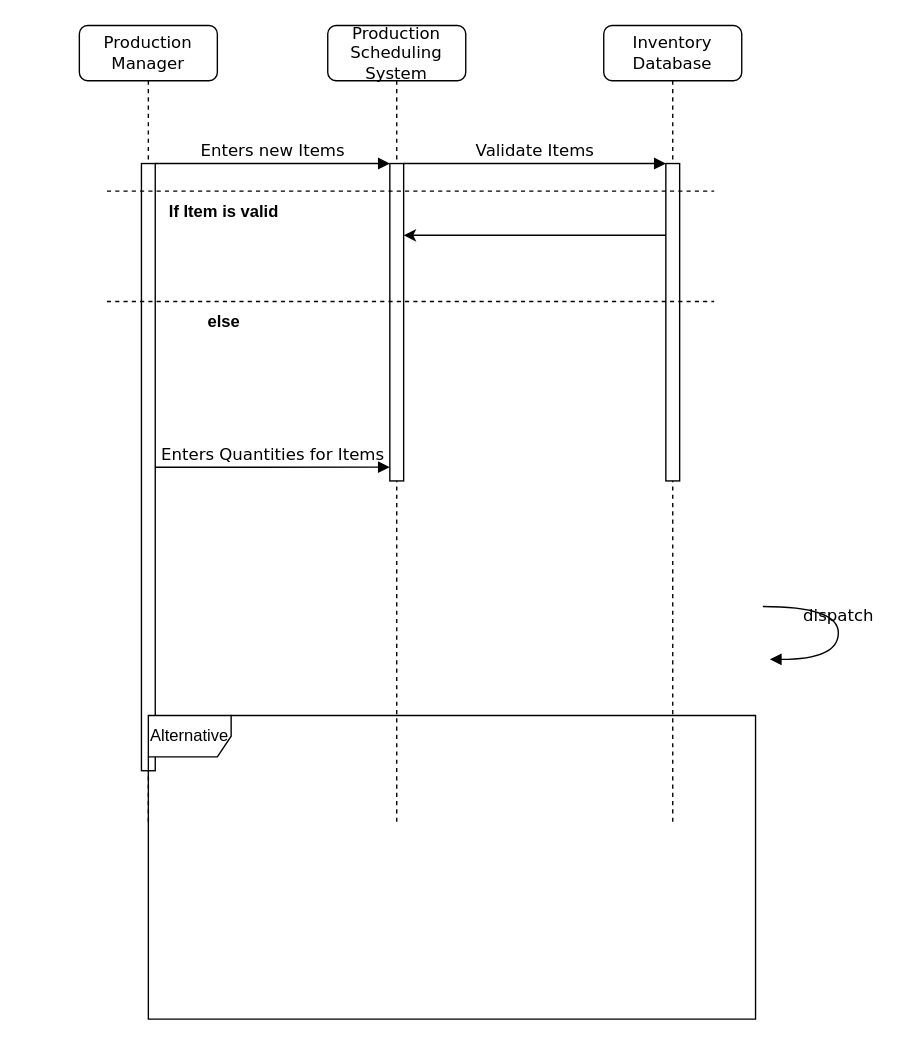
critschris/COMP-354 keeps this draw.io diagram as A2_SSD.drawio. Above is the earlier version. Source tidied: cells renumbered, new cells numbered last; positions are measured from the earlier drawing's top-left corner, leaving out a move shared by most shapes. Both pictures are drawn from the tidied source at 138%, with x=0, y=0 at pixel (79, 25).
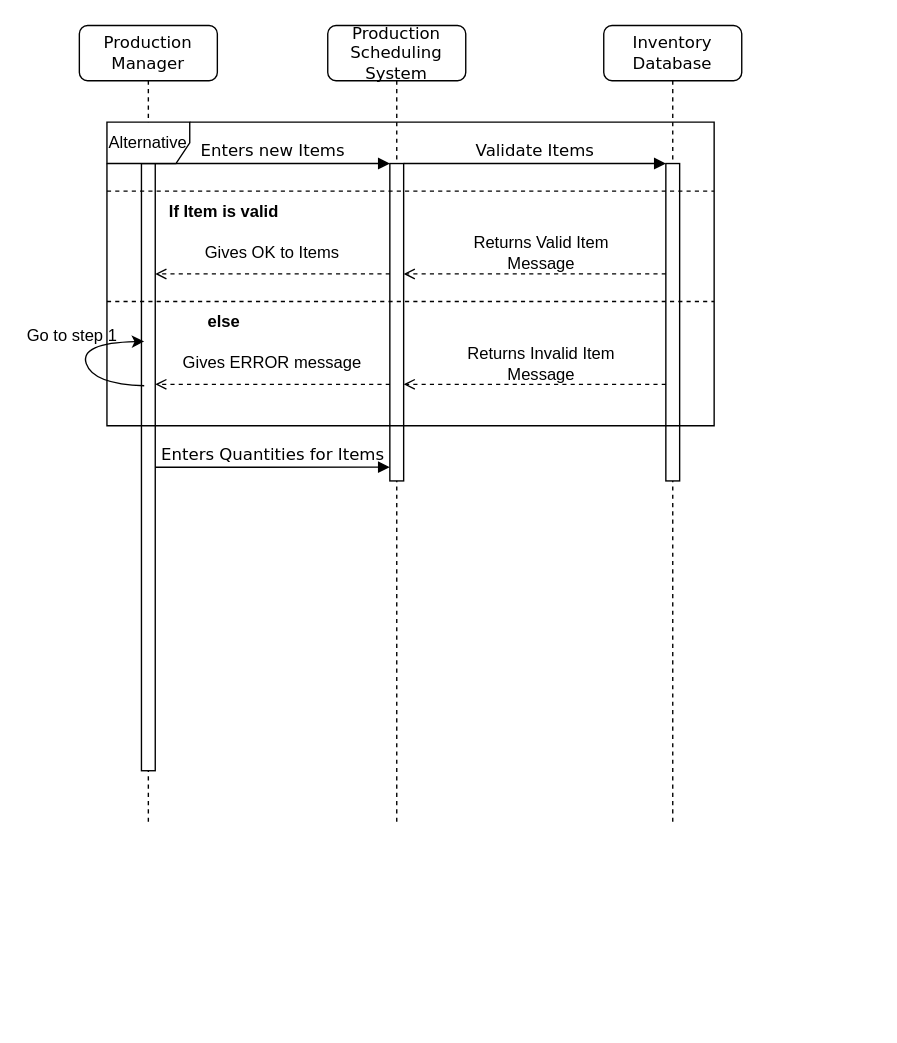
The same page after the edit.

Unchanged cells that the change refers to:
```xml
<mxCell id="3" style="html=1;points=[];perimeter=orthogonalPerimeter;rounded=0;shadow=0;comic=0;labelBackgroundColor=none;strokeWidth=1;fontFamily=Verdana;fontSize=12;align=center;" parent="2" vertex="1">
  <mxGeometry x="45" y="100" width="10" height="230" as="geometry" />
</mxCell>
<mxCell id="6" value="Production Manager" style="shape=umlLifeline;perimeter=lifelinePerimeter;whiteSpace=wrap;html=1;rounded=1;shadow=0;comic=0;labelBackgroundColor=none;strokeWidth=1;fontFamily=Verdana;fontSize=12;align=center;" parent="1" vertex="1">
  <mxGeometry width="100" height="580" as="geometry" />
</mxCell>
<mxCell id="7" style="html=1;points=[];perimeter=orthogonalPerimeter;rounded=0;shadow=0;comic=0;labelBackgroundColor=none;strokeWidth=1;fontFamily=Verdana;fontSize=12;align=center;" parent="6" vertex="1">
  <mxGeometry x="45" y="100" width="10" height="440" as="geometry" />
</mxCell>
```

What changed in the source:
```diff
@@
+    <mxCell id="18" style="curved=1;endArrow=classic;html=1;rounded=0;exitX=0.2;exitY=0.366;exitDx=0;exitDy=0;exitPerimeter=0;entryX=0.2;entryY=0.293;entryDx=0;entryDy=0;entryPerimeter=0;" parent="6" edge="1" source="7" target="7">
+      <mxGeometry relative="1" as="geometry">
+        <Array as="points">
+          <mxPoint x="10" y="260" />
+          <mxPoint y="230" />
+        </Array>
+      </mxGeometry>
+    </mxCell>
+    <mxCell id="19" value="Go to step 1" style="text;html=1;align=center;verticalAlign=middle;whiteSpace=wrap;rounded=0;" parent="6" vertex="1">
+      <mxGeometry x="-40" y="210" width="70" height="30" as="geometry" />
+    </mxCell>
@@
-    <mxCell id="10" value="dispatch" style="html=1;verticalAlign=bottom;endArrow=block;labelBackgroundColor=none;fontFamily=Verdana;fontSize=12;elbow=vertical;edgeStyle=orthogonalEdgeStyle;curved=1;entryX=1;entryY=0.286;entryPerimeter=0;exitX=1.038;exitY=0.345;exitPerimeter=0;" parent="1" edge="1">
-      <mxGeometry relative="1" as="geometry">
-        <mxPoint x="495.3" y="421" as="sourcePoint" />
-        <mxPoint x="500.3" y="459.3" as="targetPoint" />
-        <Array as="points">
-          <mxPoint x="550" y="421" />
-          <mxPoint x="550" y="459" />
-        </Array>
-      </mxGeometry>
-    </mxCell>
@@
     <mxCell id="12" value="Alternative" style="shape=umlFrame;whiteSpace=wrap;html=1;" parent="1" vertex="1">
-      <mxGeometry x="50" y="500" width="440" height="220" as="geometry" />
+      <mxGeometry x="20" y="70" width="440" height="220" as="geometry" />
     </mxCell>
@@
+    <mxCell id="20" style="group;" parent="1" vertex="1">
+      <mxGeometry x="235" y="150" width="190" height="30" as="geometry" />
+    </mxCell>
-    <mxCell id="17" style="endArrow=classic;html=1;rounded=0;entryX=1;entryY=0.226;entryDx=0;entryDy=0;entryPerimeter=0;" parent="1" edge="1" target="3">
+    <mxCell id="17" style="endArrow=open;html=1;rounded=0;entryX=1;entryY=0.226;entryDx=0;entryDy=0;entryPerimeter=0;dashed=1;endFill=0;" parent="20" edge="1">
       <mxGeometry relative="1" as="geometry">
-        <mxPoint x="425" y="152" as="sourcePoint" />
+        <mxPoint x="190" y="30" as="sourcePoint" />
+        <mxPoint y="30" as="targetPoint" />
       </mxGeometry>
     </mxCell>
+    <mxCell id="21" value="Returns Valid Item Message" style="text;html=1;align=center;verticalAlign=middle;whiteSpace=wrap;rounded=0;" parent="20" vertex="1">
+      <mxGeometry x="25" width="150" height="30" as="geometry" />
+    </mxCell>
+    <mxCell id="22" style="group;" parent="1" vertex="1">
+      <mxGeometry x="235" y="230" width="190" height="30" as="geometry" />
+    </mxCell>
+    <mxCell id="23" style="endArrow=open;html=1;rounded=0;entryX=1;entryY=0.226;entryDx=0;entryDy=0;entryPerimeter=0;dashed=1;endFill=0;" parent="22" edge="1">
+      <mxGeometry relative="1" as="geometry">
+        <mxPoint x="190" y="30" as="sourcePoint" />
+        <mxPoint y="30" as="targetPoint" />
+      </mxGeometry>
+    </mxCell>
+    <mxCell id="24" value="Returns Invalid Item Message" style="text;html=1;align=center;verticalAlign=middle;whiteSpace=wrap;rounded=0;" parent="22" vertex="1">
+      <mxGeometry x="25" width="150" height="30" as="geometry" />
+    </mxCell>
+    <mxCell id="25" style="group;" parent="1" vertex="1">
+      <mxGeometry x="55" y="150" width="170" height="30" as="geometry" />
+    </mxCell>
+    <mxCell id="26" style="endArrow=open;html=1;rounded=0;entryX=1;entryY=0.226;entryDx=0;entryDy=0;entryPerimeter=0;dashed=1;endFill=0;" parent="25" edge="1">
+      <mxGeometry relative="1" as="geometry">
+        <mxPoint x="170" y="30" as="sourcePoint" />
+        <mxPoint y="30" as="targetPoint" />
+      </mxGeometry>
+    </mxCell>
+    <mxCell id="27" value="Gives OK to Items" style="text;html=1;align=center;verticalAlign=middle;whiteSpace=wrap;rounded=0;" parent="25" vertex="1">
+      <mxGeometry x="10" width="150" height="30" as="geometry" />
+    </mxCell>
+    <mxCell id="28" style="group;" parent="1" vertex="1">
+      <mxGeometry x="55" y="230" width="170" height="30" as="geometry" />
+    </mxCell>
+    <mxCell id="29" style="endArrow=open;html=1;rounded=0;entryX=1;entryY=0.226;entryDx=0;entryDy=0;entryPerimeter=0;dashed=1;endFill=0;" parent="28" edge="1">
+      <mxGeometry relative="1" as="geometry">
+        <mxPoint x="170" y="30" as="sourcePoint" />
+        <mxPoint y="30" as="targetPoint" />
+      </mxGeometry>
+    </mxCell>
+    <mxCell id="30" value="Gives ERROR message" style="text;html=1;align=center;verticalAlign=middle;whiteSpace=wrap;rounded=0;" parent="28" vertex="1">
+      <mxGeometry x="10" width="150" height="30" as="geometry" />
+    </mxCell>
```
